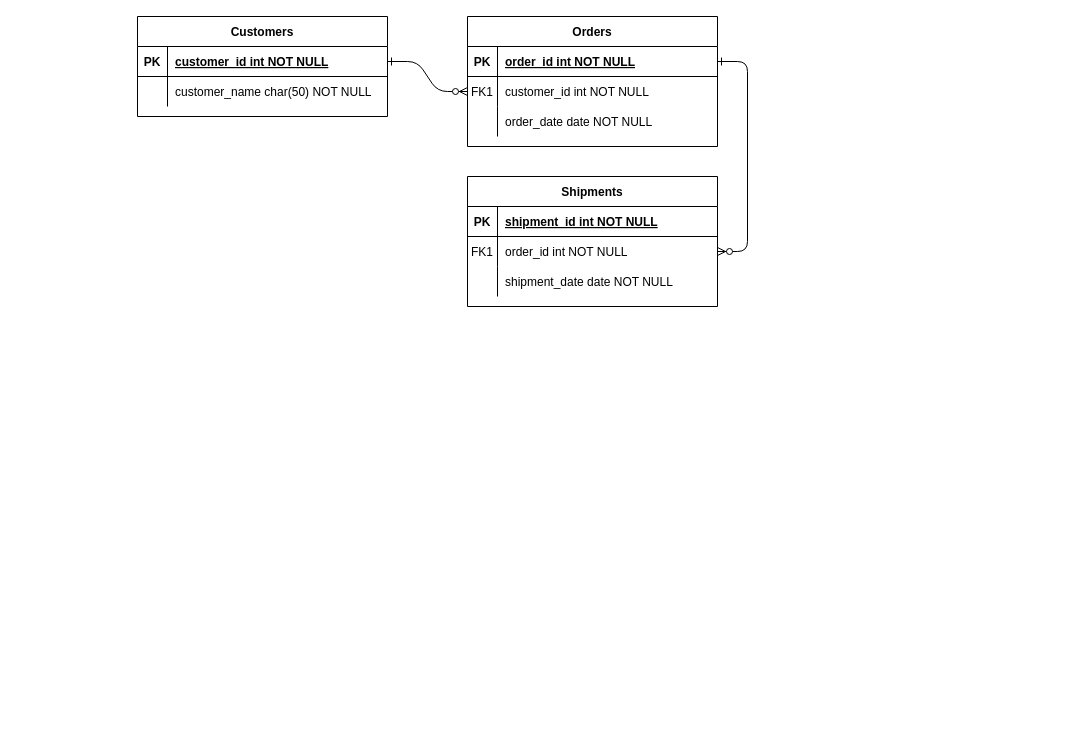
The draw.io diagram Diagrama sin título.drawio in sotoale8/pruebaTecnicaAnalistaDePruebas, before the edit. Source tidied: cells renumbered, new cells numbered last; positions are measured from the earlier drawing's top-left corner, leaving out a move shared by most shapes. Both pictures are drawn from the tidied source at 100%, with x=0, y=0 at pixel (137, 16).
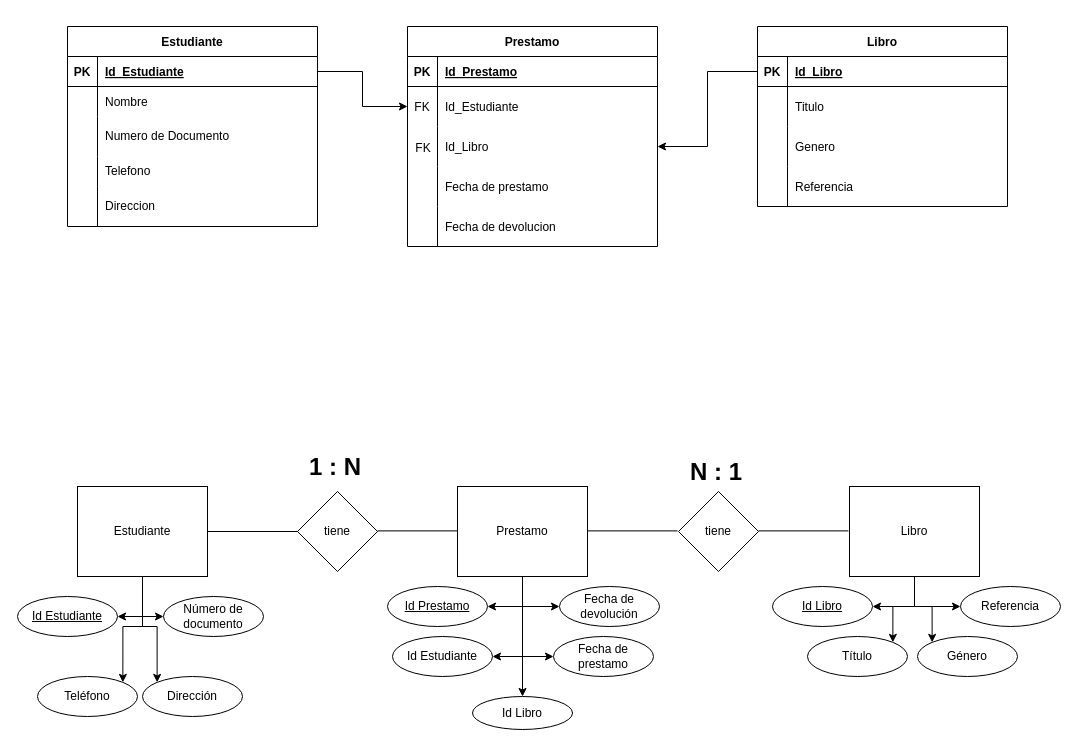
After the change.

Unchanged cells that the change refers to:
```xml
<mxCell id="5" style="shape=partialRectangle;fillColor=none;points=[[0,0.5],[1,0.5]];portConstraint=eastwest;top=0;left=0;right=0;bottom=1;" parent="4" vertex="1">
  <mxGeometry y="30" width="250" height="30" as="geometry" />
</mxCell>
<mxCell id="15" style="shape=partialRectangle;fillColor=none;points=[[0,0.5],[1,0.5]];portConstraint=eastwest;top=0;left=0;right=0;bottom=1;" parent="14" vertex="1">
  <mxGeometry y="30" width="250" height="30" as="geometry" />
</mxCell>
<mxCell id="25" style="shape=partialRectangle;fillColor=none;points=[[0,0.5],[1,0.5]];portConstraint=eastwest;top=0;left=0;right=0;bottom=1;" parent="24" vertex="1">
  <mxGeometry y="30" width="250" height="30" as="geometry" />
</mxCell>
<mxCell id="28" style="shape=partialRectangle;fillColor=none;top=0;left=0;right=0;bottom=0;" parent="24" vertex="1">
  <mxGeometry y="60" width="250" height="30" as="geometry" />
</mxCell>
```

Diff of the diagram source:
```diff
@@
-    <mxCell id="2" style="edgeStyle=entityRelationEdgeStyle;endArrow=ERzeroToMany;startArrow=ERone;endFill=1;startFill=0;" parent="1" edge="1" source="25" target="8">
-      <mxGeometry relative="1" as="geometry" />
-    </mxCell>
-    <mxCell id="3" style="edgeStyle=entityRelationEdgeStyle;endArrow=ERzeroToMany;startArrow=ERone;endFill=1;startFill=0;" parent="1" edge="1" source="5" target="18">
-      <mxGeometry relative="1" as="geometry" />
-    </mxCell>
-    <mxCell id="4" value="Orders" style="shape=table;startSize=30;childLayout=tableLayout;rowLines=0;fontStyle=1;align=center;" parent="1" vertex="1">
-      <mxGeometry x="330" width="250" height="130" as="geometry" />
+    <mxCell id="4" value="Prestamo" style="shape=table;startSize=30;childLayout=tableLayout;rowLines=0;fontStyle=1;align=center;" parent="1" vertex="1">
+      <mxGeometry x="270" y="10" width="250" height="220" as="geometry" />
     </mxCell>
@@
-    <mxCell id="7" value="order_id int NOT NULL " style="shape=partialRectangle;overflow=hidden;fillColor=none;top=0;left=0;bottom=0;right=0;align=left;spacingLeft=6;fontStyle=5;" parent="5" vertex="1">
+    <mxCell id="7" value="Id_Prestamo" style="shape=partialRectangle;overflow=hidden;fillColor=none;top=0;left=0;bottom=0;right=0;align=left;spacingLeft=6;fontStyle=5;" parent="5" vertex="1">
       <mxGeometry x="30" width="220" height="30" as="geometry" />
     </mxCell>
     <mxCell id="8" style="shape=partialRectangle;fillColor=none;points=[[0,0.5],[1,0.5]];portConstraint=eastwest;top=0;left=0;right=0;bottom=0;" parent="4" vertex="1">
-      <mxGeometry y="60" width="250" height="30" as="geometry" />
+      <mxGeometry y="60" width="250" height="40" as="geometry" />
     </mxCell>
-    <mxCell id="9" value="FK1" style="shape=partialRectangle;overflow=hidden;fillColor=none;top=0;left=0;bottom=0;right=0;" parent="8" vertex="1">
-      <mxGeometry width="30" height="30" as="geometry" />
+    <mxCell id="9" value="FK" style="shape=partialRectangle;overflow=hidden;fillColor=none;top=0;left=0;bottom=0;right=0;" parent="8" vertex="1">
+      <mxGeometry width="30" height="40" as="geometry" />
     </mxCell>
-    <mxCell id="10" value="customer_id int NOT NULL" style="shape=partialRectangle;overflow=hidden;fillColor=none;top=0;left=0;bottom=0;right=0;align=left;spacingLeft=6;" parent="8" vertex="1">
-      <mxGeometry x="30" width="220" height="30" as="geometry" />
+    <mxCell id="10" value="Id_Estudiante" style="shape=partialRectangle;overflow=hidden;fillColor=none;top=0;left=0;bottom=0;right=0;align=left;spacingLeft=6;" parent="8" vertex="1">
+      <mxGeometry x="30" width="220" height="40" as="geometry" />
     </mxCell>
     <mxCell id="11" style="shape=partialRectangle;fillColor=none;points=[[0,0.5],[1,0.5]];portConstraint=eastwest;top=0;left=0;right=0;bottom=0;" parent="4" vertex="1">
-      <mxGeometry y="90" width="250" height="30" as="geometry" />
+      <mxGeometry y="100" width="250" height="40" as="geometry" />
     </mxCell>
     <mxCell id="12" style="shape=partialRectangle;overflow=hidden;fillColor=none;top=0;left=0;bottom=0;right=0;" parent="11" vertex="1">
-      <mxGeometry width="30" height="30" as="geometry" />
+      <mxGeometry width="30" height="40" as="geometry" />
     </mxCell>
-    <mxCell id="13" value="order_date date NOT NULL" style="shape=partialRectangle;overflow=hidden;fillColor=none;top=0;left=0;bottom=0;right=0;align=left;spacingLeft=6;" parent="11" vertex="1">
-      <mxGeometry x="30" width="220" height="30" as="geometry" />
+    <mxCell id="13" value="Id_Libro" style="shape=partialRectangle;overflow=hidden;fillColor=none;top=0;left=0;bottom=0;right=0;align=left;spacingLeft=6;" parent="11" vertex="1">
+      <mxGeometry x="30" width="220" height="40" as="geometry" />
     </mxCell>
+    <mxCell id="31" style="shape=partialRectangle;fillColor=none;top=0;left=0;right=0;bottom=0;" parent="4" vertex="1">
+      <mxGeometry y="140" width="250" height="40" as="geometry" />
+    </mxCell>
+    <mxCell id="32" style="shape=partialRectangle;overflow=hidden;fillColor=none;top=0;left=0;bottom=0;right=0;" parent="31" vertex="1">
+      <mxGeometry width="30" height="40" as="geometry" />
+    </mxCell>
+    <mxCell id="33" value="Fecha de prestamo" style="shape=partialRectangle;overflow=hidden;fillColor=none;top=0;left=0;bottom=0;right=0;align=left;spacingLeft=6;" parent="31" vertex="1">
+      <mxGeometry x="30" width="220" height="40" as="geometry" />
+    </mxCell>
+    <mxCell id="34" style="shape=partialRectangle;fillColor=none;top=0;left=0;right=0;bottom=0;" parent="4" vertex="1">
+      <mxGeometry y="180" width="250" height="40" as="geometry" />
+    </mxCell>
+    <mxCell id="35" style="shape=partialRectangle;overflow=hidden;fillColor=none;top=0;left=0;bottom=0;right=0;" parent="34" vertex="1">
+      <mxGeometry width="30" height="40" as="geometry" />
+    </mxCell>
+    <mxCell id="36" value="Fecha de devolucion" style="shape=partialRectangle;overflow=hidden;fillColor=none;top=0;left=0;bottom=0;right=0;align=left;spacingLeft=6;" parent="34" vertex="1">
+      <mxGeometry x="30" width="220" height="40" as="geometry" />
+    </mxCell>
-    <mxCell id="14" value="Shipments" style="shape=table;startSize=30;childLayout=tableLayout;rowLines=0;fontStyle=1;align=center;" parent="1" vertex="1">
-      <mxGeometry x="330" y="160" width="250" height="130" as="geometry" />
+    <mxCell id="14" value="Libro" style="shape=table;startSize=30;childLayout=tableLayout;rowLines=0;fontStyle=1;align=center;" parent="1" vertex="1">
+      <mxGeometry x="620" y="10" width="250" height="180" as="geometry" />
     </mxCell>
@@
-    <mxCell id="17" value="shipment_id int NOT NULL " style="shape=partialRectangle;overflow=hidden;fillColor=none;top=0;left=0;bottom=0;right=0;align=left;spacingLeft=6;fontStyle=5;" parent="15" vertex="1">
+    <mxCell id="17" value="Id_Libro" style="shape=partialRectangle;overflow=hidden;fillColor=none;top=0;left=0;bottom=0;right=0;align=left;spacingLeft=6;fontStyle=5;" parent="15" vertex="1">
       <mxGeometry x="30" width="220" height="30" as="geometry" />
     </mxCell>
     <mxCell id="18" style="shape=partialRectangle;fillColor=none;points=[[0,0.5],[1,0.5]];portConstraint=eastwest;top=0;left=0;right=0;bottom=0;" parent="14" vertex="1">
-      <mxGeometry y="60" width="250" height="30" as="geometry" />
+      <mxGeometry y="60" width="250" height="40" as="geometry" />
     </mxCell>
-    <mxCell id="19" value="FK1" style="shape=partialRectangle;overflow=hidden;fillColor=none;top=0;left=0;bottom=0;right=0;" parent="18" vertex="1">
-      <mxGeometry width="30" height="30" as="geometry" />
+    <mxCell id="19" style="shape=partialRectangle;overflow=hidden;fillColor=none;top=0;left=0;bottom=0;right=0;" parent="18" vertex="1">
+      <mxGeometry width="30" height="40" as="geometry" />
     </mxCell>
-    <mxCell id="20" value="order_id int NOT NULL" style="shape=partialRectangle;overflow=hidden;fillColor=none;top=0;left=0;bottom=0;right=0;align=left;spacingLeft=6;" parent="18" vertex="1">
-      <mxGeometry x="30" width="220" height="30" as="geometry" />
+    <mxCell id="20" value="Titulo" style="shape=partialRectangle;overflow=hidden;fillColor=none;top=0;left=0;bottom=0;right=0;align=left;spacingLeft=6;" parent="18" vertex="1">
+      <mxGeometry x="30" width="220" height="40" as="geometry" />
     </mxCell>
     <mxCell id="21" style="shape=partialRectangle;fillColor=none;top=0;left=0;right=0;bottom=0;" parent="14" vertex="1">
-      <mxGeometry y="90" width="250" height="30" as="geometry" />
+      <mxGeometry y="100" width="250" height="40" as="geometry" />
     </mxCell>
     <mxCell id="22" style="shape=partialRectangle;overflow=hidden;fillColor=none;top=0;left=0;bottom=0;right=0;" parent="21" vertex="1">
-      <mxGeometry width="30" height="30" as="geometry" />
+      <mxGeometry width="30" height="40" as="geometry" />
     </mxCell>
-    <mxCell id="23" value="shipment_date date NOT NULL" style="shape=partialRectangle;overflow=hidden;fillColor=none;top=0;left=0;bottom=0;right=0;align=left;spacingLeft=6;" parent="21" vertex="1">
-      <mxGeometry x="30" width="220" height="30" as="geometry" />
+    <mxCell id="23" value="Genero" style="shape=partialRectangle;overflow=hidden;fillColor=none;top=0;left=0;bottom=0;right=0;align=left;spacingLeft=6;" parent="21" vertex="1">
+      <mxGeometry x="30" width="220" height="40" as="geometry" />
     </mxCell>
+    <mxCell id="37" style="shape=partialRectangle;fillColor=none;top=0;left=0;right=0;bottom=0;" parent="14" vertex="1">
+      <mxGeometry y="140" width="250" height="40" as="geometry" />
+    </mxCell>
+    <mxCell id="38" style="shape=partialRectangle;overflow=hidden;fillColor=none;top=0;left=0;bottom=0;right=0;" parent="37" vertex="1">
+      <mxGeometry width="30" height="40" as="geometry" />
+    </mxCell>
+    <mxCell id="39" value="Referencia" style="shape=partialRectangle;overflow=hidden;fillColor=none;top=0;left=0;bottom=0;right=0;align=left;spacingLeft=6;" parent="37" vertex="1">
+      <mxGeometry x="30" width="220" height="40" as="geometry" />
+    </mxCell>
-    <mxCell id="24" value="Customers" style="shape=table;startSize=30;childLayout=tableLayout;rowLines=0;fontStyle=1;align=center;" parent="1" vertex="1">
-      <mxGeometry width="250" height="100" as="geometry" />
+    <mxCell id="24" value="Estudiante" style="shape=table;startSize=30;childLayout=tableLayout;rowLines=0;fontStyle=1;align=center;" parent="1" vertex="1">
+      <mxGeometry x="-70" y="10" width="250" height="200" as="geometry" />
     </mxCell>
@@
-    <mxCell id="27" value="customer_id int NOT NULL " style="shape=partialRectangle;overflow=hidden;fillColor=none;top=0;left=0;bottom=0;right=0;align=left;spacingLeft=6;fontStyle=5;" parent="25" vertex="1">
+    <mxCell id="27" value="Id_Estudiante" style="shape=partialRectangle;overflow=hidden;fillColor=none;top=0;left=0;bottom=0;right=0;align=left;spacingLeft=6;fontStyle=5;" parent="25" vertex="1">
       <mxGeometry x="30" width="220" height="30" as="geometry" />
     </mxCell>
@@
-    <mxCell id="30" value="customer_name char(50) NOT NULL" style="shape=partialRectangle;overflow=hidden;fillColor=none;top=0;left=0;bottom=0;right=0;align=left;spacingLeft=6;" parent="28" vertex="1">
+    <mxCell id="30" value="Nombre" style="shape=partialRectangle;overflow=hidden;fillColor=none;top=0;left=0;bottom=0;right=0;align=left;spacingLeft=6;" parent="28" vertex="1">
       <mxGeometry x="30" width="220" height="30" as="geometry" />
     </mxCell>
+    <mxCell id="40" style="shape=tableRow;horizontal=0;startSize=0;swimlaneHead=0;swimlaneBody=0;fillColor=none;top=0;left=0;right=0;bottom=0;" parent="24" vertex="1">
+      <mxGeometry y="90" width="250" height="40" as="geometry" />
+    </mxCell>
+    <mxCell id="41" style="shape=partialRectangle;fillColor=none;top=0;left=0;bottom=0;right=0;overflow=hidden;whiteSpace=wrap;html=1;" parent="40" vertex="1">
+      <mxGeometry width="30" height="40" as="geometry" />
+    </mxCell>
+    <mxCell id="42" value="Numero de Documento" style="shape=partialRectangle;fillColor=none;top=0;left=0;bottom=0;right=0;align=left;spacingLeft=6;overflow=hidden;whiteSpace=wrap;html=1;" parent="40" vertex="1">
+      <mxGeometry x="30" width="220" height="40" as="geometry" />
+    </mxCell>
+    <mxCell id="43" style="shape=tableRow;horizontal=0;startSize=0;swimlaneHead=0;swimlaneBody=0;fillColor=none;top=0;left=0;right=0;bottom=0;" parent="24" vertex="1">
+      <mxGeometry y="130" width="250" height="30" as="geometry" />
+    </mxCell>
+    <mxCell id="44" style="shape=partialRectangle;fillColor=none;top=0;left=0;bottom=0;right=0;overflow=hidden;whiteSpace=wrap;html=1;" parent="43" vertex="1">
+      <mxGeometry width="30" height="30" as="geometry" />
+    </mxCell>
+    <mxCell id="45" value="Telefono" style="shape=partialRectangle;fillColor=none;top=0;left=0;bottom=0;right=0;align=left;spacingLeft=6;overflow=hidden;whiteSpace=wrap;html=1;" parent="43" vertex="1">
+      <mxGeometry x="30" width="220" height="30" as="geometry" />
+    </mxCell>
+    <mxCell id="46" style="shape=tableRow;horizontal=0;startSize=0;swimlaneHead=0;swimlaneBody=0;fillColor=none;top=0;left=0;right=0;bottom=0;" parent="24" vertex="1">
+      <mxGeometry y="160" width="250" height="40" as="geometry" />
+    </mxCell>
+    <mxCell id="47" style="shape=partialRectangle;fillColor=none;top=0;left=0;bottom=0;right=0;overflow=hidden;whiteSpace=wrap;html=1;" parent="46" vertex="1">
+      <mxGeometry width="30" height="40" as="geometry" />
+    </mxCell>
+    <mxCell id="48" value="Direccion" style="shape=partialRectangle;fillColor=none;top=0;left=0;bottom=0;right=0;align=left;spacingLeft=6;overflow=hidden;whiteSpace=wrap;html=1;" parent="46" vertex="1">
+      <mxGeometry x="30" width="220" height="40" as="geometry" />
+    </mxCell>
+    <mxCell id="49" value="FK" style="shape=partialRectangle;overflow=hidden;fillColor=none;top=0;left=0;bottom=0;right=0;" parent="1" vertex="1">
+      <mxGeometry x="271" y="116" width="30" height="30" as="geometry" />
+    </mxCell>
+    <mxCell id="50" style="edgeStyle=orthogonalEdgeStyle;rounded=0;jettySize=auto;html=1;exitX=0.5;exitY=1;exitDx=0;exitDy=0;entryX=1;entryY=0.5;entryDx=0;entryDy=0;" parent="1" edge="1" source="54" target="73">
+      <mxGeometry relative="1" as="geometry" />
+    </mxCell>
+    <mxCell id="51" style="edgeStyle=orthogonalEdgeStyle;rounded=0;jettySize=auto;html=1;exitX=0.5;exitY=1;exitDx=0;exitDy=0;entryX=1;entryY=0;entryDx=0;entryDy=0;" parent="1" edge="1" source="54" target="77">
+      <mxGeometry relative="1" as="geometry" />
+    </mxCell>
+    <mxCell id="52" style="edgeStyle=orthogonalEdgeStyle;rounded=0;jettySize=auto;html=1;exitX=0.5;exitY=1;exitDx=0;exitDy=0;entryX=0;entryY=0;entryDx=0;entryDy=0;" parent="1" edge="1" source="54" target="78">
+      <mxGeometry relative="1" as="geometry" />
+    </mxCell>
+    <mxCell id="53" style="edgeStyle=orthogonalEdgeStyle;rounded=0;jettySize=auto;html=1;exitX=0.5;exitY=1;exitDx=0;exitDy=0;entryX=0;entryY=0.5;entryDx=0;entryDy=0;" parent="1" edge="1" source="54" target="79">
+      <mxGeometry relative="1" as="geometry">
+        <Array as="points">
+          <mxPoint x="5" y="600" />
+        </Array>
+      </mxGeometry>
+    </mxCell>
+    <mxCell id="54" value="Estudiante" style="rounded=0;whiteSpace=wrap;html=1;" parent="1" vertex="1">
+      <mxGeometry x="-60" y="470" width="130" height="90" as="geometry" />
+    </mxCell>
+    <mxCell id="55" value="tiene" style="rhombus;whiteSpace=wrap;html=1;" parent="1" vertex="1">
+      <mxGeometry x="160" y="475" width="80" height="80" as="geometry" />
+    </mxCell>
+    <mxCell id="56" style="endArrow=none;html=1;rounded=0;exitX=1;exitY=0.5;exitDx=0;exitDy=0;entryX=0;entryY=0.5;entryDx=0;entryDy=0;" parent="1" edge="1" source="54" target="55">
+      <mxGeometry relative="1" as="geometry" />
+    </mxCell>
+    <mxCell id="57" style="endArrow=none;html=1;rounded=0;exitX=1;exitY=0.5;exitDx=0;exitDy=0;entryX=0;entryY=0.5;entryDx=0;entryDy=0;" parent="1" edge="1">
+      <mxGeometry relative="1" as="geometry">
+        <mxPoint x="240" y="514.4" as="sourcePoint" />
+        <mxPoint x="330" y="514.4" as="targetPoint" />
+      </mxGeometry>
+    </mxCell>
+    <mxCell id="58" style="edgeStyle=orthogonalEdgeStyle;rounded=0;jettySize=auto;html=1;exitX=0.5;exitY=1;exitDx=0;exitDy=0;entryX=1;entryY=0.5;entryDx=0;entryDy=0;" parent="1" edge="1" source="62" target="75">
+      <mxGeometry relative="1" as="geometry" />
+    </mxCell>
+    <mxCell id="59" style="edgeStyle=orthogonalEdgeStyle;rounded=0;jettySize=auto;html=1;exitX=0.5;exitY=1;exitDx=0;exitDy=0;entryX=0;entryY=0.5;entryDx=0;entryDy=0;" parent="1" edge="1" source="62" target="81">
+      <mxGeometry relative="1" as="geometry">
+        <Array as="points">
+          <mxPoint x="385" y="590" />
+        </Array>
+      </mxGeometry>
+    </mxCell>
+    <mxCell id="60" style="edgeStyle=orthogonalEdgeStyle;rounded=0;jettySize=auto;html=1;exitX=0.5;exitY=1;exitDx=0;exitDy=0;entryX=1;entryY=0.5;entryDx=0;entryDy=0;" parent="1" edge="1" source="62" target="82">
+      <mxGeometry relative="1" as="geometry" />
+    </mxCell>
+    <mxCell id="61" style="edgeStyle=orthogonalEdgeStyle;rounded=0;jettySize=auto;html=1;exitX=0.5;exitY=1;exitDx=0;exitDy=0;entryX=0;entryY=0.5;entryDx=0;entryDy=0;" parent="1" edge="1" source="62" target="80">
+      <mxGeometry relative="1" as="geometry">
+        <Array as="points">
+          <mxPoint x="385" y="640" />
+        </Array>
+      </mxGeometry>
+    </mxCell>
+    <mxCell id="62" value="Prestamo" style="rounded=0;whiteSpace=wrap;html=1;" parent="1" vertex="1">
+      <mxGeometry x="320" y="470" width="130" height="90" as="geometry" />
+    </mxCell>
+    <mxCell id="63" value="tiene" style="rhombus;whiteSpace=wrap;html=1;" parent="1" vertex="1">
+      <mxGeometry x="541" y="475" width="80" height="80" as="geometry" />
+    </mxCell>
+    <mxCell id="64" style="endArrow=none;html=1;rounded=0;exitX=1;exitY=0.5;exitDx=0;exitDy=0;entryX=0;entryY=0.5;entryDx=0;entryDy=0;" parent="1" edge="1">
+      <mxGeometry relative="1" as="geometry">
+        <mxPoint x="450" y="514.4" as="sourcePoint" />
+        <mxPoint x="540" y="514.4" as="targetPoint" />
+      </mxGeometry>
+    </mxCell>
+    <mxCell id="65" style="edgeStyle=orthogonalEdgeStyle;rounded=0;jettySize=auto;html=1;exitX=0.5;exitY=1;exitDx=0;exitDy=0;entryX=1;entryY=0;entryDx=0;entryDy=0;" parent="1" edge="1" source="69" target="86">
+      <mxGeometry relative="1" as="geometry" />
+    </mxCell>
+    <mxCell id="66" style="edgeStyle=orthogonalEdgeStyle;rounded=0;jettySize=auto;html=1;exitX=0.5;exitY=1;exitDx=0;exitDy=0;entryX=0;entryY=0;entryDx=0;entryDy=0;" parent="1" edge="1" source="69" target="84">
+      <mxGeometry relative="1" as="geometry" />
+    </mxCell>
+    <mxCell id="67" style="edgeStyle=orthogonalEdgeStyle;rounded=0;jettySize=auto;html=1;exitX=0.5;exitY=1;exitDx=0;exitDy=0;entryX=1;entryY=0.5;entryDx=0;entryDy=0;" parent="1" edge="1" source="69" target="74">
+      <mxGeometry relative="1" as="geometry" />
+    </mxCell>
+    <mxCell id="68" style="edgeStyle=orthogonalEdgeStyle;rounded=0;jettySize=auto;html=1;exitX=0.5;exitY=1;exitDx=0;exitDy=0;entryX=0;entryY=0.5;entryDx=0;entryDy=0;" parent="1" edge="1" source="69" target="85">
+      <mxGeometry relative="1" as="geometry" />
+    </mxCell>
+    <mxCell id="69" value="Libro" style="rounded=0;whiteSpace=wrap;html=1;" parent="1" vertex="1">
+      <mxGeometry x="712" y="470" width="130" height="90" as="geometry" />
+    </mxCell>
+    <mxCell id="70" style="endArrow=none;html=1;rounded=0;exitX=1;exitY=0.5;exitDx=0;exitDy=0;entryX=0;entryY=0.5;entryDx=0;entryDy=0;" parent="1" edge="1">
+      <mxGeometry relative="1" as="geometry">
+        <mxPoint x="621" y="514.4" as="sourcePoint" />
+        <mxPoint x="711" y="514.4" as="targetPoint" />
+      </mxGeometry>
+    </mxCell>
+    <mxCell id="71" value="&lt;h1 style=&quot;margin-top: 0px;&quot;&gt;1 : N&lt;/h1&gt;" style="text;html=1;whiteSpace=wrap;overflow=hidden;rounded=0;" parent="1" vertex="1">
+      <mxGeometry x="170" y="430" width="60" height="40" as="geometry" />
+    </mxCell>
+    <mxCell id="72" value="&lt;h1 style=&quot;margin-top: 0px;&quot;&gt;N : 1&lt;/h1&gt;" style="text;html=1;whiteSpace=wrap;overflow=hidden;rounded=0;" parent="1" vertex="1">
+      <mxGeometry x="551" y="435" width="60" height="40" as="geometry" />
+    </mxCell>
+    <mxCell id="73" value="&lt;u&gt;Id Estudiante&lt;/u&gt;" style="ellipse;whiteSpace=wrap;html=1;align=center;" parent="1" vertex="1">
+      <mxGeometry x="-120" y="580" width="100" height="40" as="geometry" />
+    </mxCell>
+    <mxCell id="74" value="&lt;u&gt;Id Libro&lt;/u&gt;" style="ellipse;whiteSpace=wrap;html=1;align=center;" parent="1" vertex="1">
+      <mxGeometry x="635" y="570" width="100" height="40" as="geometry" />
+    </mxCell>
+    <mxCell id="75" value="&lt;u&gt;Id Prestamo&lt;/u&gt;" style="ellipse;whiteSpace=wrap;html=1;align=center;" parent="1" vertex="1">
+      <mxGeometry x="250" y="570" width="100" height="40" as="geometry" />
+    </mxCell>
+    <mxCell id="2" style="edgeStyle=orthogonalEdgeStyle;rounded=0;jettySize=auto;html=1;" parent="1" edge="1" source="25" target="8">
+      <mxGeometry relative="1" as="geometry" />
+    </mxCell>
+    <mxCell id="76" style="edgeStyle=orthogonalEdgeStyle;rounded=0;jettySize=auto;html=1;entryX=1;entryY=0.5;entryDx=0;entryDy=0;" parent="1" edge="1" source="15" target="11">
+      <mxGeometry relative="1" as="geometry" />
+    </mxCell>
+    <mxCell id="77" value="Teléfono" style="ellipse;whiteSpace=wrap;html=1;align=center;" parent="1" vertex="1">
+      <mxGeometry x="-100" y="660" width="100" height="40" as="geometry" />
+    </mxCell>
+    <mxCell id="78" value="Dirección" style="ellipse;whiteSpace=wrap;html=1;align=center;" parent="1" vertex="1">
+      <mxGeometry x="5" y="660" width="100" height="40" as="geometry" />
+    </mxCell>
+    <mxCell id="79" value="Número de documento" style="ellipse;whiteSpace=wrap;html=1;align=center;" parent="1" vertex="1">
+      <mxGeometry x="26" y="580" width="100" height="40" as="geometry" />
+    </mxCell>
+    <mxCell id="80" value="Fecha de prestamo" style="ellipse;whiteSpace=wrap;html=1;align=center;" parent="1" vertex="1">
+      <mxGeometry x="416" y="620" width="100" height="40" as="geometry" />
+    </mxCell>
+    <mxCell id="81" value="Fecha de devolución" style="ellipse;whiteSpace=wrap;html=1;align=center;" parent="1" vertex="1">
+      <mxGeometry x="422" y="570" width="100" height="40" as="geometry" />
+    </mxCell>
+    <mxCell id="82" value="Id Estudiante" style="ellipse;whiteSpace=wrap;html=1;align=center;" parent="1" vertex="1">
+      <mxGeometry x="255" y="620" width="100" height="40" as="geometry" />
+    </mxCell>
+    <mxCell id="83" value="Id Libro" style="ellipse;whiteSpace=wrap;html=1;align=center;" parent="1" vertex="1">
+      <mxGeometry x="335" y="680" width="100" height="33" as="geometry" />
+    </mxCell>
+    <mxCell id="84" value="Género" style="ellipse;whiteSpace=wrap;html=1;align=center;" parent="1" vertex="1">
+      <mxGeometry x="780" y="620" width="100" height="40" as="geometry" />
+    </mxCell>
+    <mxCell id="85" value="Referencia" style="ellipse;whiteSpace=wrap;html=1;align=center;" parent="1" vertex="1">
+      <mxGeometry x="823" y="570" width="100" height="40" as="geometry" />
+    </mxCell>
+    <mxCell id="86" value="Título" style="ellipse;whiteSpace=wrap;html=1;align=center;" parent="1" vertex="1">
+      <mxGeometry x="670" y="620" width="100" height="40" as="geometry" />
+    </mxCell>
+    <mxCell id="87" style="edgeStyle=orthogonalEdgeStyle;rounded=0;jettySize=auto;html=1;exitX=0.5;exitY=1;exitDx=0;exitDy=0;" parent="1" edge="1" source="62">
+      <mxGeometry relative="1" as="geometry">
+        <mxPoint x="385" y="680" as="targetPoint" />
+      </mxGeometry>
+    </mxCell>
```
